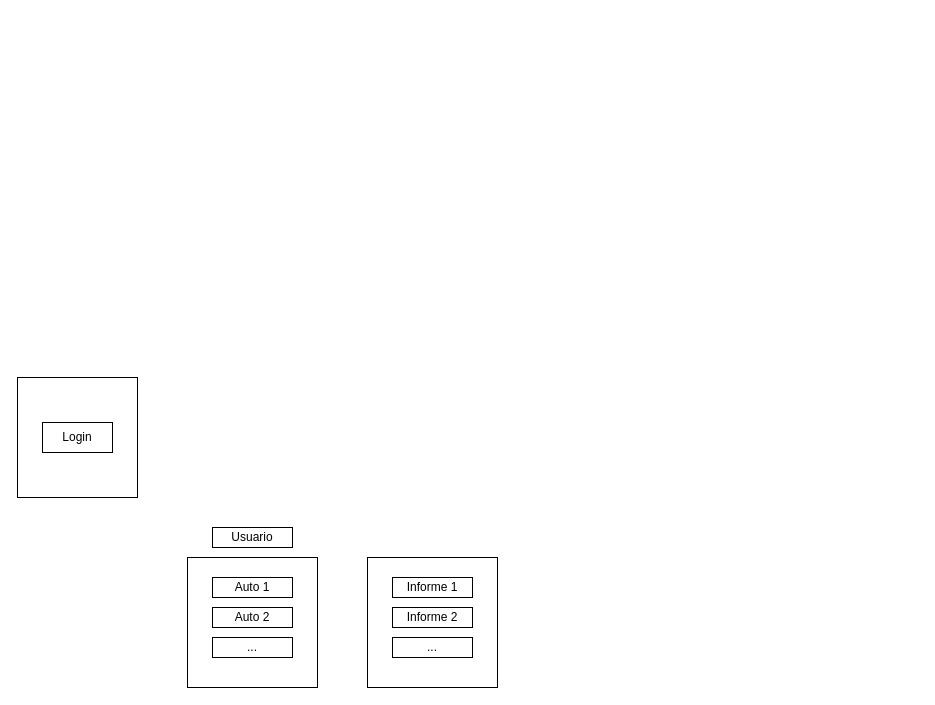
This is Interfaz programa.drawio from hachazo/Trabajo-Final-POO, a draw.io file, before an edit. Source tidied: cells renumbered, new cells numbered last; positions are measured from the earlier drawing's top-left corner, leaving out a move shared by most shapes. Both pictures are drawn from the tidied source at 100%, with x=0, y=0 at pixel (17, 377).
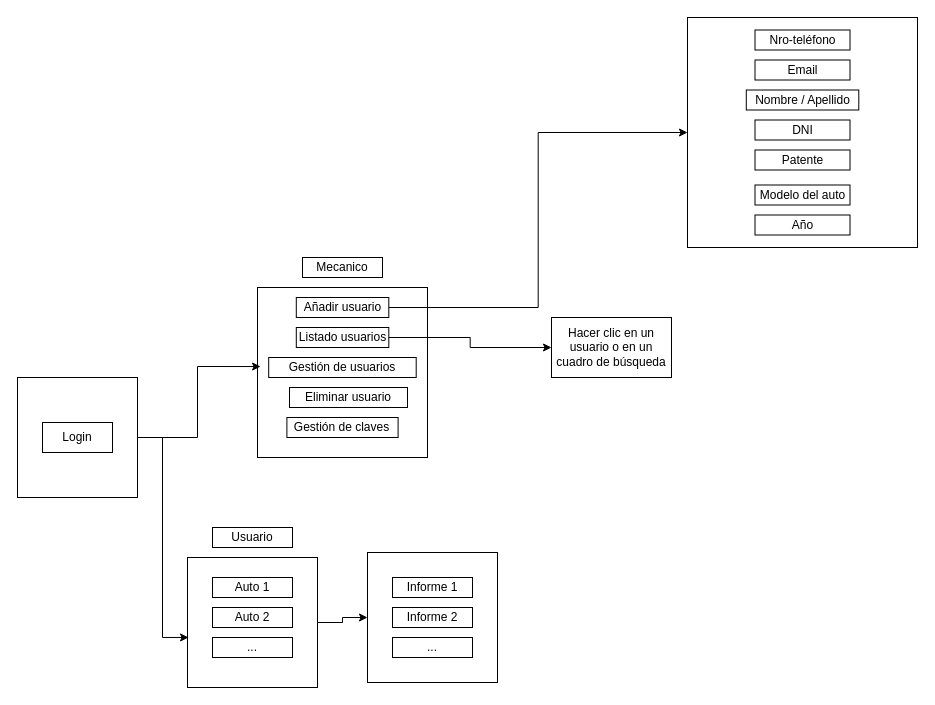
The same page after the edit.

The change refers to these unchanged cells:
```xml
<mxCell id="2" style="whiteSpace=wrap;html=1;" parent="1" vertex="1">
  <mxGeometry width="120" height="120" as="geometry" />
</mxCell>
<mxCell id="3" style="whiteSpace=wrap;html=1;" parent="1" vertex="1">
  <mxGeometry x="170" y="180" width="130" height="130" as="geometry" />
</mxCell>
```

Diff of the diagram source:
```diff
@@
+    <mxCell id="13" style="edgeStyle=orthogonalEdgeStyle;rounded=0;jettySize=auto;html=1;exitX=1;exitY=0.5;exitDx=0;exitDy=0;entryX=0;entryY=0.5;entryDx=0;entryDy=0;" parent="1" edge="1" source="3" target="9">
+      <mxGeometry relative="1" as="geometry" />
+    </mxCell>
@@
     <mxCell id="9" style="whiteSpace=wrap;html=1;" parent="1" vertex="1">
-      <mxGeometry x="350" y="180" width="130" height="130" as="geometry" />
+      <mxGeometry x="350" y="175" width="130" height="130" as="geometry" />
     </mxCell>
@@
+    <mxCell id="14" style="whiteSpace=wrap;html=1;" parent="1" vertex="1">
+      <mxGeometry x="240" y="-90" width="170" height="170" as="geometry" />
+    </mxCell>
+    <mxCell id="15" style="edgeStyle=orthogonalEdgeStyle;rounded=0;jettySize=auto;html=1;exitX=1;exitY=0.5;exitDx=0;exitDy=0;entryX=0;entryY=0.5;entryDx=0;entryDy=0;" parent="1" edge="1" source="16" target="25">
+      <mxGeometry relative="1" as="geometry" />
+    </mxCell>
+    <mxCell id="16" value="Añadir usuario" style="rounded=0;whiteSpace=wrap;html=1;" parent="1" vertex="1">
+      <mxGeometry x="278.8" y="-80" width="92.5" height="20" as="geometry" />
+    </mxCell>
+    <mxCell id="17" style="edgeStyle=orthogonalEdgeStyle;rounded=0;jettySize=auto;html=1;exitX=1;exitY=0.5;exitDx=0;exitDy=0;" parent="1" edge="1" source="18" target="33">
+      <mxGeometry relative="1" as="geometry" />
+    </mxCell>
+    <mxCell id="18" value="Listado usuarios" style="rounded=0;whiteSpace=wrap;html=1;" parent="1" vertex="1">
+      <mxGeometry x="278.8" y="-50" width="92.5" height="20" as="geometry" />
+    </mxCell>
+    <mxCell id="19" value="Gestión de usuarios" style="rounded=0;whiteSpace=wrap;html=1;" parent="1" vertex="1">
+      <mxGeometry x="251.2" y="-20" width="147.5" height="20" as="geometry" />
+    </mxCell>
+    <mxCell id="20" value="Gestión de claves" style="rounded=0;whiteSpace=wrap;html=1;" parent="1" vertex="1">
+      <mxGeometry x="269.4" y="40" width="111.2" height="20" as="geometry" />
+    </mxCell>
+    <mxCell id="21" value="Eliminar usuario" style="rounded=0;whiteSpace=wrap;html=1;" parent="1" vertex="1">
+      <mxGeometry x="272" y="10" width="118" height="20" as="geometry" />
+    </mxCell>
+    <mxCell id="22" value="Mecanico" style="rounded=0;whiteSpace=wrap;html=1;" parent="1" vertex="1">
+      <mxGeometry x="285" y="-120" width="80" height="20" as="geometry" />
+    </mxCell>
+    <mxCell id="23" style="edgeStyle=orthogonalEdgeStyle;rounded=0;jettySize=auto;html=1;exitX=1;exitY=0.5;exitDx=0;exitDy=0;entryX=0.018;entryY=0.465;entryDx=0;entryDy=0;entryPerimeter=0;" parent="1" edge="1" source="2" target="14">
+      <mxGeometry relative="1" as="geometry" />
+    </mxCell>
+    <mxCell id="24" style="edgeStyle=orthogonalEdgeStyle;rounded=0;jettySize=auto;html=1;exitX=1;exitY=0.5;exitDx=0;exitDy=0;entryX=0.008;entryY=0.615;entryDx=0;entryDy=0;entryPerimeter=0;" parent="1" edge="1" source="2" target="3">
+      <mxGeometry relative="1" as="geometry" />
+    </mxCell>
+    <mxCell id="25" style="whiteSpace=wrap;html=1;" parent="1" vertex="1">
+      <mxGeometry x="670" y="-360" width="230" height="230" as="geometry" />
+    </mxCell>
+    <mxCell id="26" value="Nro-teléfono" style="rounded=0;whiteSpace=wrap;html=1;" parent="1" vertex="1">
+      <mxGeometry x="737.5" y="-347.5" width="95" height="20" as="geometry" />
+    </mxCell>
+    <mxCell id="27" value="Email" style="rounded=0;whiteSpace=wrap;html=1;" parent="1" vertex="1">
+      <mxGeometry x="737.5" y="-317.5" width="95" height="20" as="geometry" />
+    </mxCell>
+    <mxCell id="28" value="Nombre / Apellido" style="rounded=0;whiteSpace=wrap;html=1;" parent="1" vertex="1">
+      <mxGeometry x="728.8" y="-287.5" width="112.5" height="20" as="geometry" />
+    </mxCell>
+    <mxCell id="29" value="DNI" style="rounded=0;whiteSpace=wrap;html=1;" parent="1" vertex="1">
+      <mxGeometry x="737.5" y="-257.5" width="95" height="20" as="geometry" />
+    </mxCell>
+    <mxCell id="30" value="Patente" style="rounded=0;whiteSpace=wrap;html=1;" parent="1" vertex="1">
+      <mxGeometry x="737.5" y="-227.5" width="95" height="20" as="geometry" />
+    </mxCell>
+    <mxCell id="31" value="Modelo del auto" style="rounded=0;whiteSpace=wrap;html=1;" parent="1" vertex="1">
+      <mxGeometry x="737.5" y="-192.5" width="95" height="20" as="geometry" />
+    </mxCell>
+    <mxCell id="32" value="Año" style="rounded=0;whiteSpace=wrap;html=1;" parent="1" vertex="1">
+      <mxGeometry x="737.5" y="-162.5" width="95" height="20" as="geometry" />
+    </mxCell>
+    <mxCell id="33" value="Hacer clic en un usuario o en un cuadro de búsqueda" style="rounded=0;whiteSpace=wrap;html=1;" parent="1" vertex="1">
+      <mxGeometry x="534" y="-60" width="120" height="60" as="geometry" />
+    </mxCell>
```
